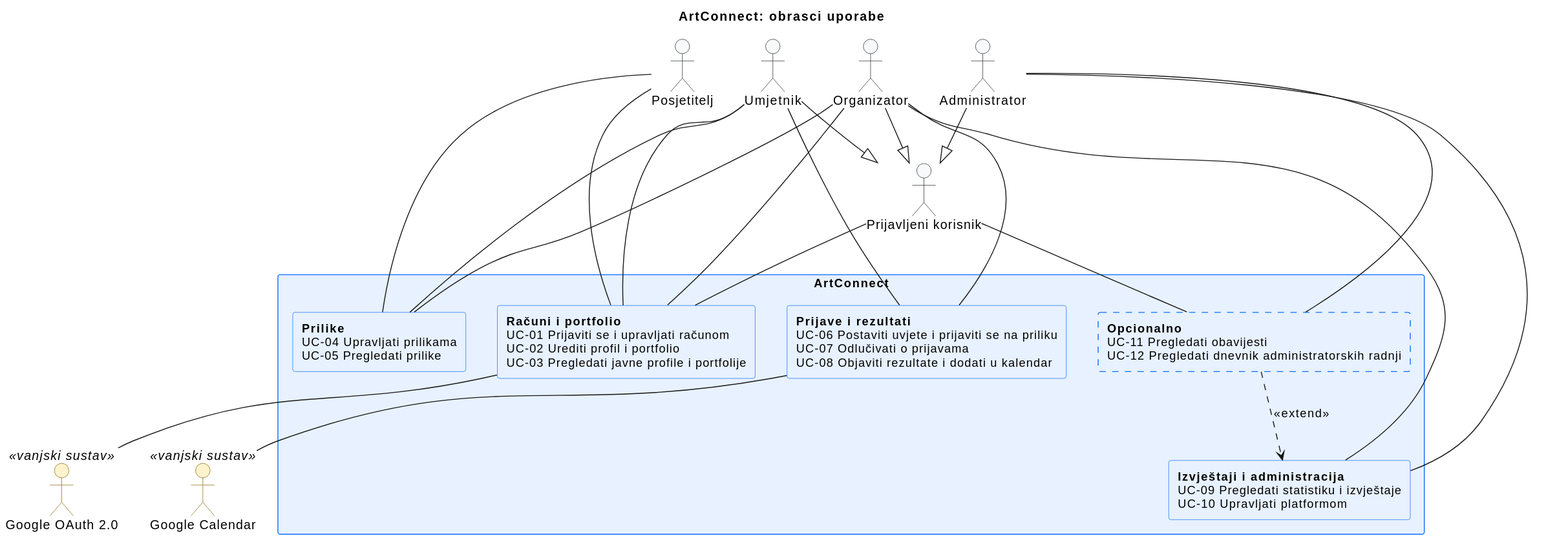
Before: docs/assets/diagrams/3-1-artconnect-system-UC.svg, a diagram exported from PlantUML (LD05-fk/Strumfovi). The source it was exported from:
```plantuml
@startuml
title ArtConnect: obrasci uporabe
top to bottom direction
skinparam shadowing false
skinparam defaultFontName Arial

skinparam actor {
    BackgroundColor #F8F9FA
    BorderColor #212529
    BackgroundColor<<vanjski sustav>> #FFF3CD
    BorderColor<<vanjski sustav>> #856404
}

skinparam rectangle {
    BackgroundColor #E7F1FF
    BorderColor #0D6EFD
    FontSize 13
}

together {
  actor "Posjetitelj" as Posjetitelj
  actor "Umjetnik" as Umjetnik
  actor "Organizator" as Organizator
  actor "Administrator" as Administrator
}

actor "Prijavljeni korisnik" as Prijavljeni

Umjetnik --|> Prijavljeni
Organizator --|> Prijavljeni
Administrator --|> Prijavljeni

together {
  actor "Google OAuth 2.0" as GoogleOAuth <<vanjski sustav>>
  actor "Google Calendar" as GoogleCalendar <<vanjski sustav>>
}

rectangle "ArtConnect" {
  rectangle "**Računi i portfolio**\nUC-01 Prijaviti se i upravljati računom\nUC-02 Urediti profil i portfolio\nUC-03 Pregledati javne profile i portfolije" as Racuni
  rectangle "**Prilike**\nUC-04 Upravljati prilikama\nUC-05 Pregledati prilike" as Prilike
  rectangle "**Prijave i rezultati**\nUC-06 Postaviti uvjete i prijaviti se na priliku\nUC-07 Odlučivati o prijavama\nUC-08 Objaviti rezultate i dodati u kalendar" as Prijave
  rectangle "**Izvještaji i administracija**\nUC-09 Pregledati statistiku i izvještaje\nUC-10 Upravljati platformom" as Izvjestaji
  rectangle "**Opcionalno**\nUC-11 Pregledati obavijesti\nUC-12 Pregledati dnevnik administratorskih radnji" as Opcionalno #line.dashed
}

Posjetitelj -- Racuni
Posjetitelj -- Prilike

Prijavljeni -- Racuni
Prijavljeni -- Opcionalno

Umjetnik -- Racuni
Umjetnik -- Prijave
Umjetnik -- Prilike

Organizator -- Racuni
Organizator -- Prilike
Organizator -- Prijave
Organizator -- Izvjestaji

Administrator -- Izvjestaji
Administrator -- Opcionalno

Opcionalno ..> Izvjestaji : <<extend>>

Racuni -- GoogleOAuth
Prijave -- GoogleCalendar
@enduml
```
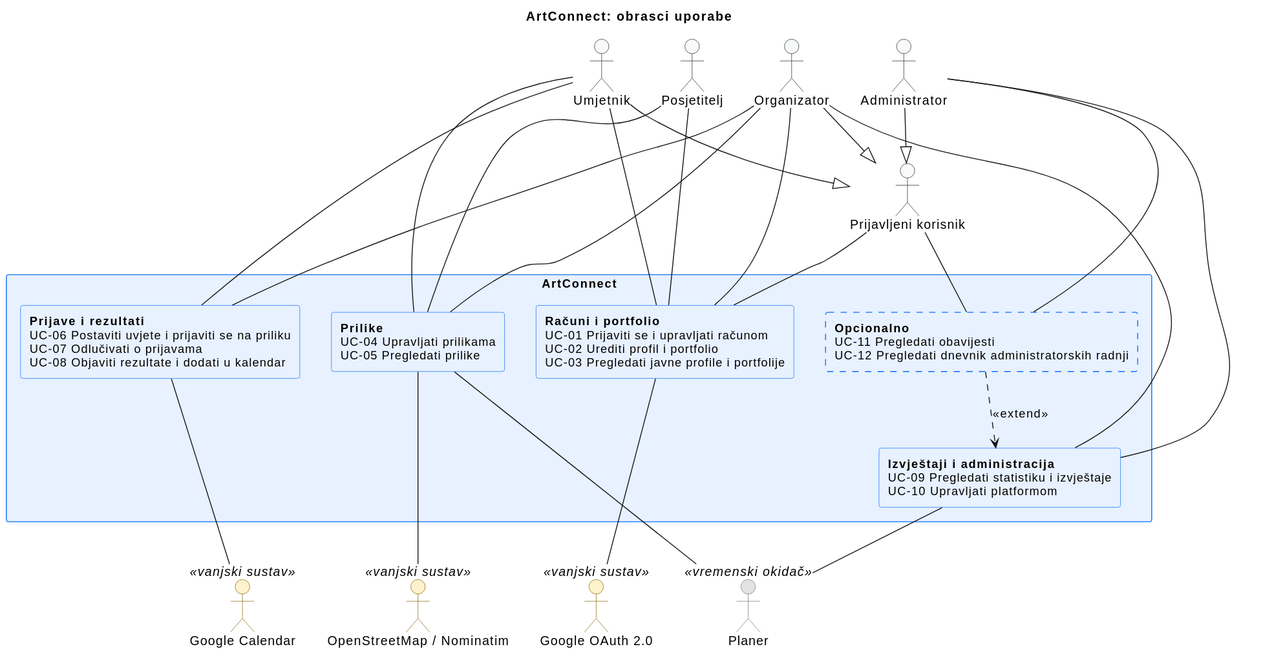
Above is the later version.

What changed in the source:
```diff
@@ -9,6 +9,8 @@
     BorderColor #212529
     BackgroundColor<<vanjski sustav>> #FFF3CD
     BorderColor<<vanjski sustav>> #856404
+    BackgroundColor<<vremenski okidač>> #E2E3E5
+    BorderColor<<vremenski okidač>> #6C757D
 }
 
 skinparam rectangle {
@@ -33,6 +35,8 @@
 together {
   actor "Google OAuth 2.0" as GoogleOAuth <<vanjski sustav>>
   actor "Google Calendar" as GoogleCalendar <<vanjski sustav>>
+  actor "OpenStreetMap / Nominatim" as OSM <<vanjski sustav>>
+  actor "Planer" as Planer <<vremenski okidač>>
 }
 
 rectangle "ArtConnect" {
@@ -61,8 +65,11 @@
 Administrator -- Izvjestaji
 Administrator -- Opcionalno
 
-Opcionalno ..> Izvjestaji : <<extend>>
-
 Racuni -- GoogleOAuth
 Prijave -- GoogleCalendar
+Prilike -- OSM
+Prilike -- Planer
+Izvjestaji -- Planer
+
+Opcionalno ..> Izvjestaji : <<extend>>
 @enduml
```
